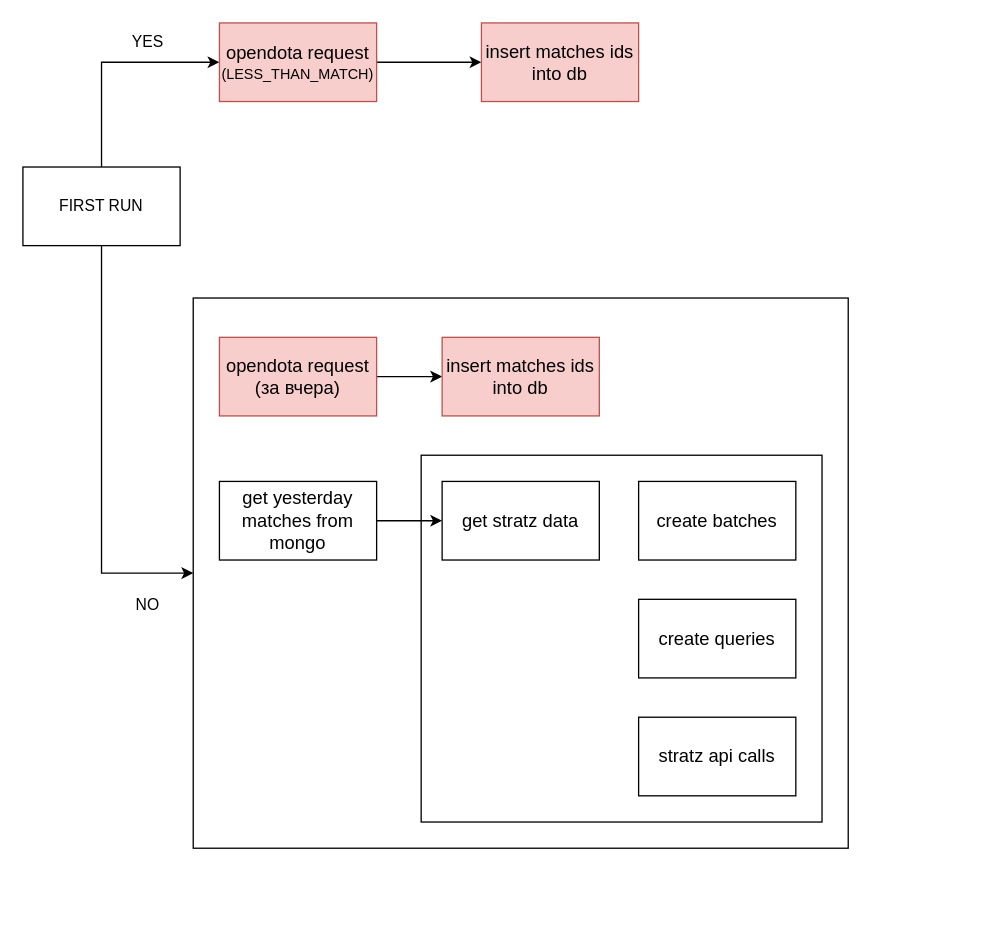
The draw.io diagram parsing/parsing scheme.drawio in Iskander14yo/d2ds, before the edit. Source tidied: cells renumbered, new cells numbered last; positions are measured from the earlier drawing's top-left corner, leaving out a move shared by most shapes. Both pictures are drawn from the tidied source at 131%, with x=0, y=0 at pixel (22, 22).
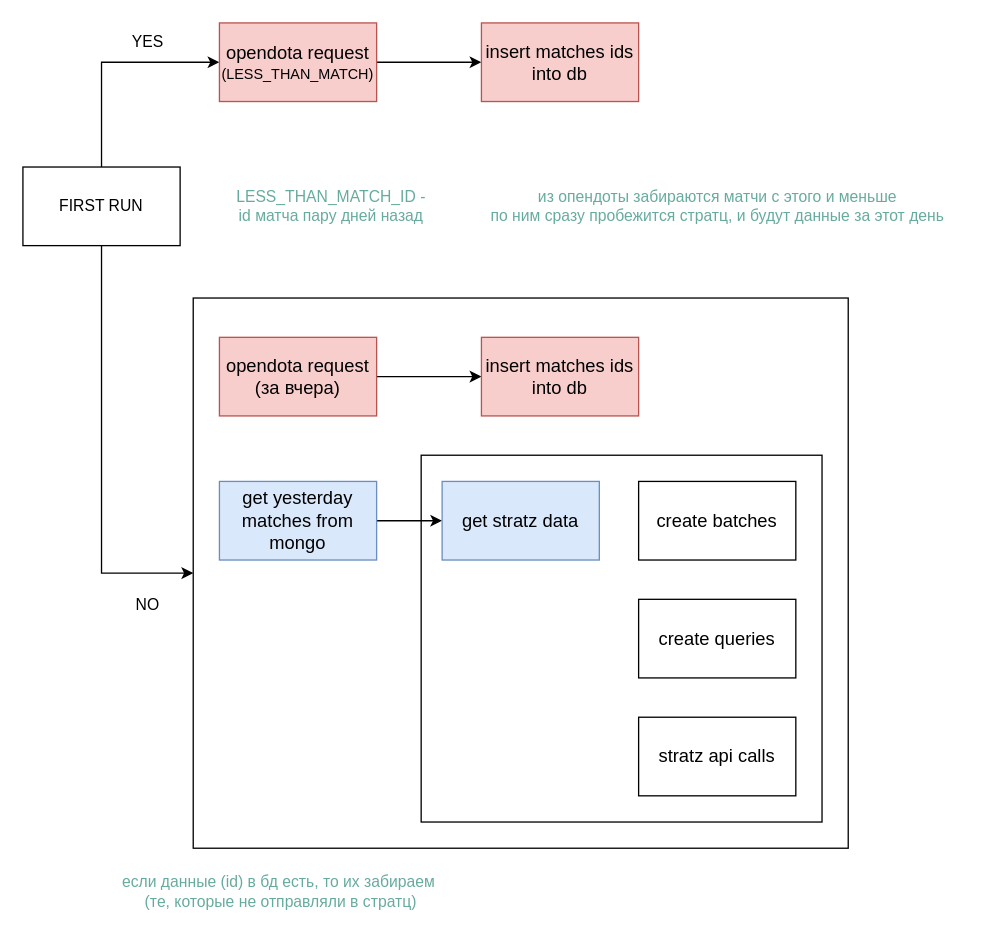
After the change.

What changed in the source:
```diff
@@
-    <mxCell id="12" value="&lt;font style=&quot;font-size: 14px;&quot;&gt;get yesterday matches from &lt;br&gt;mongo&lt;/font&gt;" style="whiteSpace=wrap;html=1;" parent="1" vertex="1">
+    <mxCell id="12" value="&lt;font style=&quot;font-size: 14px;&quot;&gt;get yesterday matches from &lt;br&gt;mongo&lt;/font&gt;" style="whiteSpace=wrap;html=1;fillColor=#dae8fc;strokeColor=#6c8ebf;" parent="1" vertex="1">
       <mxGeometry x="150" y="350" width="120" height="60" as="geometry" />
     </mxCell>
@@
     <mxCell id="16" value="&lt;font style=&quot;font-size: 14px;&quot;&gt;insert matches ids&lt;br&gt;into db&lt;/font&gt;" style="whiteSpace=wrap;html=1;fillColor=#f8cecc;strokeColor=#b85450;" parent="1" vertex="1">
-      <mxGeometry x="320" y="240" width="120" height="60" as="geometry" />
+      <mxGeometry x="350" y="240" width="120" height="60" as="geometry" />
     </mxCell>
-    <mxCell id="17" value="&lt;font style=&quot;font-size: 14px;&quot;&gt;get stratz data&lt;/font&gt;" style="whiteSpace=wrap;html=1;" parent="1" vertex="1">
+    <mxCell id="17" value="&lt;font style=&quot;font-size: 14px;&quot;&gt;get stratz data&lt;/font&gt;" style="whiteSpace=wrap;html=1;fillColor=#dae8fc;strokeColor=#6c8ebf;" parent="1" vertex="1">
       <mxGeometry x="320" y="350" width="120" height="60" as="geometry" />
     </mxCell>
@@
+    <mxCell id="21" value="&lt;font color=&quot;#67ab9f&quot;&gt;LESS_THAN_MATCH_ID -&lt;br&gt;id матча пару дней назад&lt;/font&gt;" style="text;html=1;align=center;verticalAlign=middle;strokeColor=none;fillColor=none;" parent="1" vertex="1">
+      <mxGeometry x="150" y="120" width="170" height="40" as="geometry" />
+    </mxCell>
+    <mxCell id="22" value="&lt;font color=&quot;#67ab9f&quot;&gt;из опендоты забираются матчи с этого и меньше&lt;br&gt;по ним сразу пробежится стратц, и будут данные за этот день&lt;/font&gt;" style="text;html=1;align=center;verticalAlign=middle;strokeColor=none;fillColor=none;" parent="1" vertex="1">
+      <mxGeometry x="340" y="120" width="380" height="40" as="geometry" />
+    </mxCell>
+    <mxCell id="23" value="&lt;font color=&quot;#67ab9f&quot;&gt;если данные (id) в бд есть, то их забираем&lt;br&gt;&amp;nbsp;(те, которые не отправляли в стратц)&lt;/font&gt;" style="text;html=1;align=center;verticalAlign=middle;strokeColor=none;fillColor=none;" parent="1" vertex="1">
+      <mxGeometry x="60" y="643" width="270" height="40" as="geometry" />
+    </mxCell>
```
